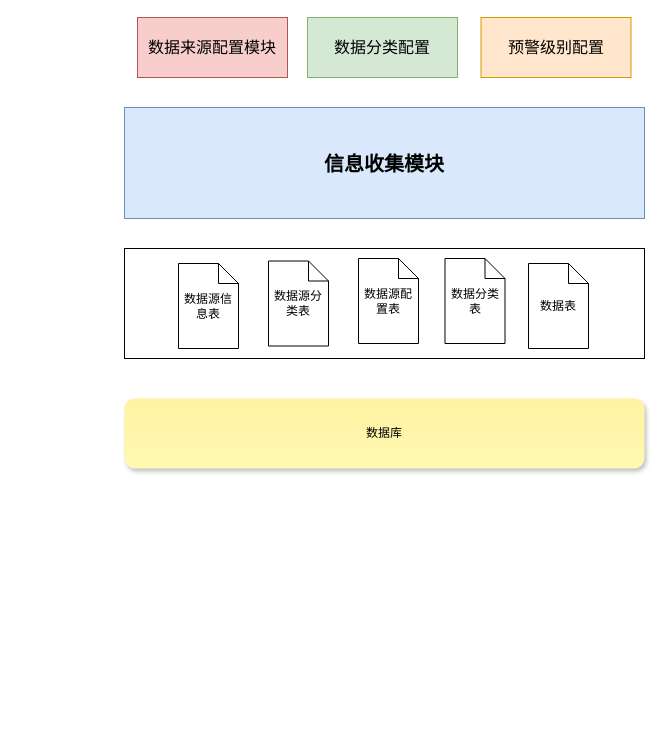
This is 岗位创新/干线信息预警系统开发流程.drawio from lvpv/atlas, a draw.io file, before an edit. Source tidied: cells renumbered, new cells numbered last; positions are measured from the earlier drawing's top-left corner, leaving out a move shared by most shapes. Both pictures are drawn from the tidied source at 100%, with x=0, y=0 at pixel (124, 17).
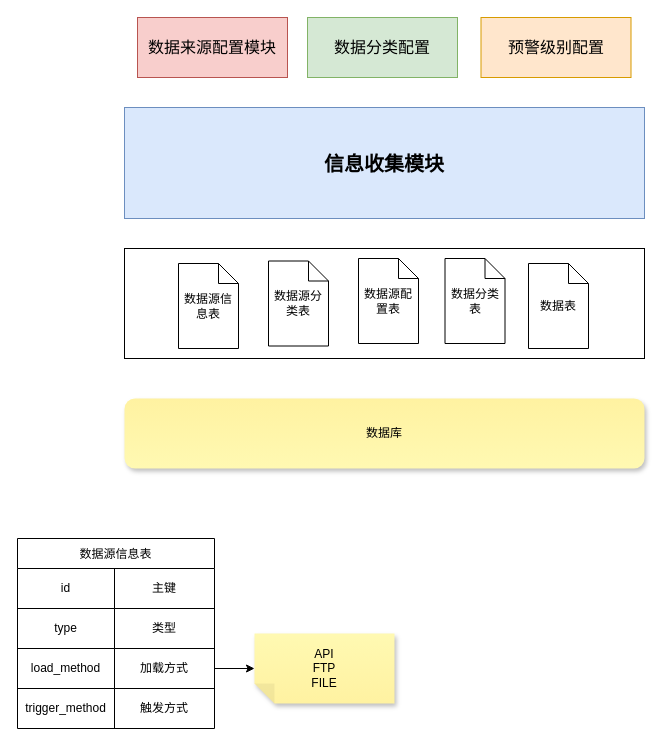
Above is the later version.

Commit message (it also covers changes not shown here):
更新干线信息预警系统开发流程.drawio

Change to the diagram source:
```diff
@@
+    <mxCell id="13" value="数据源信息表" style="shape=table;startSize=30;childLayout=tableLayout;" parent="1" vertex="1">
+      <mxGeometry x="-107" y="521" width="197" height="190" as="geometry" />
+    </mxCell>
+    <mxCell id="14" style="shape=tableRow;horizontal=0;startSize=0;swimlaneHead=0;swimlaneBody=0;strokeColor=inherit;top=0;left=0;bottom=0;right=0;fillColor=none;" parent="13" vertex="1">
+      <mxGeometry y="30" width="197" height="40" as="geometry" />
+    </mxCell>
+    <mxCell id="15" value="id" style="shape=partialRectangle;html=1;whiteSpace=wrap;strokeColor=inherit;overflow=hidden;fillColor=none;top=0;left=0;bottom=0;right=0;" parent="14" vertex="1">
+      <mxGeometry width="97" height="40" as="geometry" />
+    </mxCell>
+    <mxCell id="16" value="主键" style="shape=partialRectangle;html=1;whiteSpace=wrap;strokeColor=inherit;overflow=hidden;fillColor=none;top=0;left=0;bottom=0;right=0;" parent="14" vertex="1">
+      <mxGeometry x="97" width="100" height="40" as="geometry" />
+    </mxCell>
+    <mxCell id="17" style="shape=tableRow;horizontal=0;startSize=0;swimlaneHead=0;swimlaneBody=0;strokeColor=inherit;top=0;left=0;bottom=0;right=0;fillColor=none;" parent="13" vertex="1">
+      <mxGeometry y="70" width="197" height="40" as="geometry" />
+    </mxCell>
+    <mxCell id="18" value="type" style="shape=partialRectangle;html=1;whiteSpace=wrap;strokeColor=inherit;overflow=hidden;fillColor=none;top=0;left=0;bottom=0;right=0;" parent="17" vertex="1">
+      <mxGeometry width="97" height="40" as="geometry" />
+    </mxCell>
+    <mxCell id="19" value="类型" style="shape=partialRectangle;html=1;whiteSpace=wrap;strokeColor=inherit;overflow=hidden;fillColor=none;top=0;left=0;bottom=0;right=0;" parent="17" vertex="1">
+      <mxGeometry x="97" width="100" height="40" as="geometry" />
+    </mxCell>
+    <mxCell id="20" style="shape=tableRow;horizontal=0;startSize=0;swimlaneHead=0;swimlaneBody=0;strokeColor=inherit;top=0;left=0;bottom=0;right=0;fillColor=none;points=[[0,0.5],[1,0.5]];portConstraint=eastwest;" parent="13" vertex="1">
+      <mxGeometry y="110" width="197" height="40" as="geometry" />
+    </mxCell>
+    <mxCell id="21" value="load_method" style="shape=partialRectangle;html=1;whiteSpace=wrap;strokeColor=inherit;overflow=hidden;fillColor=none;top=0;left=0;bottom=0;right=0;" parent="20" vertex="1">
+      <mxGeometry width="97" height="40" as="geometry" />
+    </mxCell>
+    <mxCell id="22" value="加载方式" style="shape=partialRectangle;html=1;whiteSpace=wrap;strokeColor=inherit;overflow=hidden;fillColor=none;top=0;left=0;bottom=0;right=0;" parent="20" vertex="1">
+      <mxGeometry x="97" width="100" height="40" as="geometry" />
+    </mxCell>
+    <mxCell id="23" style="shape=tableRow;horizontal=0;startSize=0;swimlaneHead=0;swimlaneBody=0;strokeColor=inherit;top=0;left=0;bottom=0;right=0;fillColor=none;" parent="13" vertex="1">
+      <mxGeometry y="150" width="197" height="40" as="geometry" />
+    </mxCell>
+    <mxCell id="24" value="trigger_method" style="shape=partialRectangle;html=1;whiteSpace=wrap;strokeColor=inherit;overflow=hidden;fillColor=none;top=0;left=0;bottom=0;right=0;" parent="23" vertex="1">
+      <mxGeometry width="97" height="40" as="geometry" />
+    </mxCell>
+    <mxCell id="25" value="触发方式" style="shape=partialRectangle;html=1;whiteSpace=wrap;strokeColor=inherit;overflow=hidden;fillColor=none;top=0;left=0;bottom=0;right=0;" parent="23" vertex="1">
+      <mxGeometry x="97" width="100" height="40" as="geometry" />
+    </mxCell>
+    <mxCell id="26" value="API&lt;br&gt;FTP&lt;br&gt;FILE" style="shape=note;whiteSpace=wrap;html=1;backgroundOutline=1;fontColor=#000000;darkOpacity=0.05;fillColor=#FFF9B2;strokeColor=none;fillStyle=solid;direction=west;gradientDirection=north;gradientColor=#FFF2A1;shadow=1;size=20;" parent="1" vertex="1">
+      <mxGeometry x="130" y="616" width="140" height="70" as="geometry" />
+    </mxCell>
+    <mxCell id="27" style="edgeStyle=none;rounded=0;jettySize=auto;html=1;exitX=1;exitY=0.5;exitDx=0;exitDy=0;" parent="1" edge="1" source="20" target="26">
+      <mxGeometry relative="1" as="geometry" />
+    </mxCell>
```
